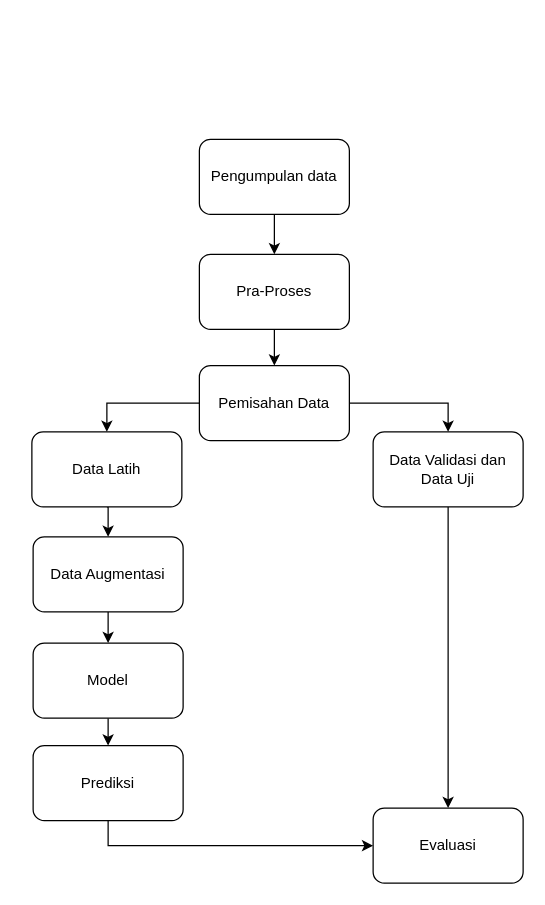
Above: Diagram Alur Penelitian.drawio in bataragabut/SCRIPTSWEET (draw.io), before the change. Source tidied: cells renumbered, new cells numbered last; positions are measured from the earlier drawing's top-left corner, leaving out a move shared by most shapes. Both pictures are drawn from the tidied source at 125%, with x=0, y=0 at pixel (31, 139).
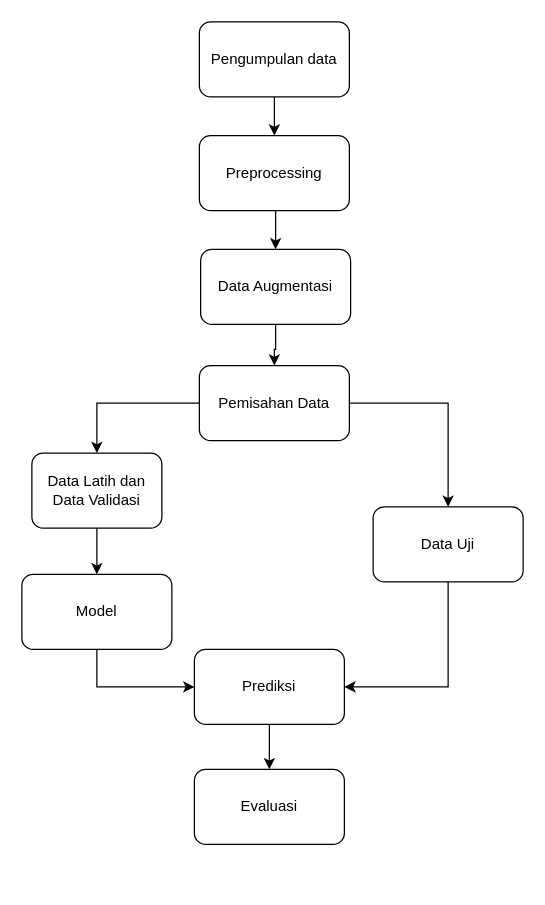
After the change.

The edit, as a diff of the source:
```diff
@@
 <mxGraphModel>
   <root>
     <mxCell id="0" />
     <mxCell id="1" parent="0" />
     <mxCell id="2" style="edgeStyle=orthogonalEdgeStyle;rounded=0;jettySize=auto;html=1;exitX=0.5;exitY=1;exitDx=0;exitDy=0;entryX=0.5;entryY=0;entryDx=0;entryDy=0;" parent="1" edge="1" source="3" target="5">
       <mxGeometry relative="1" as="geometry" />
     </mxCell>
     <mxCell id="3" value="Pengumpulan data" style="rounded=1;whiteSpace=wrap;html=1;" parent="1" vertex="1">
-      <mxGeometry x="134" width="120" height="60" as="geometry" />
+      <mxGeometry x="134" y="-94" width="120" height="60" as="geometry" />
     </mxCell>
-    <mxCell id="4" style="edgeStyle=orthogonalEdgeStyle;rounded=0;jettySize=auto;html=1;exitX=0.5;exitY=1;exitDx=0;exitDy=0;entryX=0.5;entryY=0;entryDx=0;entryDy=0;" parent="1" edge="1" source="5" target="8">
-      <mxGeometry relative="1" as="geometry" />
-    </mxCell>
+    <mxCell id="20" style="edgeStyle=orthogonalEdgeStyle;rounded=0;jettySize=auto;html=1;exitX=0.5;exitY=1;exitDx=0;exitDy=0;entryX=0.5;entryY=0;entryDx=0;entryDy=0;" parent="1" edge="1" source="5" target="15">
+      <mxGeometry relative="1" as="geometry" />
+    </mxCell>
-    <mxCell id="5" value="Pra-Proses" style="rounded=1;whiteSpace=wrap;html=1;" parent="1" vertex="1">
-      <mxGeometry x="134" y="92" width="120" height="60" as="geometry" />
+    <mxCell id="5" value="Preprocessing" style="rounded=1;whiteSpace=wrap;html=1;" parent="1" vertex="1">
+      <mxGeometry x="134" y="-3" width="120" height="60" as="geometry" />
     </mxCell>
     <mxCell id="6" style="edgeStyle=orthogonalEdgeStyle;rounded=0;jettySize=auto;html=1;exitX=1;exitY=0.5;exitDx=0;exitDy=0;entryX=0.5;entryY=0;entryDx=0;entryDy=0;" parent="1" edge="1" source="8" target="17">
       <mxGeometry relative="1" as="geometry" />
     </mxCell>
     <mxCell id="7" style="edgeStyle=orthogonalEdgeStyle;rounded=0;jettySize=auto;html=1;exitX=0;exitY=0.5;exitDx=0;exitDy=0;entryX=0.5;entryY=0;entryDx=0;entryDy=0;" parent="1" edge="1" source="8" target="10">
       <mxGeometry relative="1" as="geometry" />
     </mxCell>
     <mxCell id="8" value="Pemisahan Data" style="rounded=1;whiteSpace=wrap;html=1;" parent="1" vertex="1">
       <mxGeometry x="134" y="181" width="120" height="60" as="geometry" />
     </mxCell>
-    <mxCell id="9" style="edgeStyle=orthogonalEdgeStyle;rounded=0;jettySize=auto;html=1;exitX=0.5;exitY=1;exitDx=0;exitDy=0;entryX=0.5;entryY=0;entryDx=0;entryDy=0;" parent="1" edge="1" source="10" target="15">
-      <mxGeometry relative="1" as="geometry" />
-    </mxCell>
+    <mxCell id="21" style="edgeStyle=orthogonalEdgeStyle;rounded=0;jettySize=auto;html=1;exitX=0.5;exitY=1;exitDx=0;exitDy=0;" parent="1" edge="1" source="10" target="19">
+      <mxGeometry relative="1" as="geometry" />
+    </mxCell>
-    <mxCell id="10" value="Data Latih" style="rounded=1;whiteSpace=wrap;html=1;" parent="1" vertex="1">
-      <mxGeometry y="234" width="120" height="60" as="geometry" />
+    <mxCell id="10" value="Data Latih dan Data Validasi" style="rounded=1;whiteSpace=wrap;html=1;" parent="1" vertex="1">
+      <mxGeometry y="251" width="104" height="60" as="geometry" />
     </mxCell>
-    <mxCell id="11" style="edgeStyle=orthogonalEdgeStyle;rounded=0;jettySize=auto;html=1;exitX=0.5;exitY=1;exitDx=0;exitDy=0;entryX=0;entryY=0.5;entryDx=0;entryDy=0;" parent="1" edge="1" source="12" target="13">
+    <mxCell id="11" style="edgeStyle=orthogonalEdgeStyle;rounded=0;jettySize=auto;html=1;exitX=0.5;exitY=1;exitDx=0;exitDy=0;entryX=0.5;entryY=0;entryDx=0;entryDy=0;" parent="1" edge="1" source="12" target="13">
       <mxGeometry relative="1" as="geometry" />
     </mxCell>
     <mxCell id="12" value="Prediksi" style="rounded=1;whiteSpace=wrap;html=1;" parent="1" vertex="1">
-      <mxGeometry x="1" y="485" width="120" height="60" as="geometry" />
+      <mxGeometry x="130" y="408" width="120" height="60" as="geometry" />
     </mxCell>
     <mxCell id="13" value="Evaluasi" style="rounded=1;whiteSpace=wrap;html=1;" parent="1" vertex="1">
-      <mxGeometry x="273" y="535" width="120" height="60" as="geometry" />
+      <mxGeometry x="130" y="504" width="120" height="60" as="geometry" />
     </mxCell>
-    <mxCell id="14" style="edgeStyle=orthogonalEdgeStyle;rounded=0;jettySize=auto;html=1;exitX=0.5;exitY=1;exitDx=0;exitDy=0;entryX=0.5;entryY=0;entryDx=0;entryDy=0;" parent="1" edge="1" source="15" target="19">
-      <mxGeometry relative="1" as="geometry" />
-    </mxCell>
+    <mxCell id="22" style="edgeStyle=orthogonalEdgeStyle;rounded=0;jettySize=auto;html=1;exitX=0.5;exitY=1;exitDx=0;exitDy=0;" parent="1" edge="1" source="15" target="8">
+      <mxGeometry relative="1" as="geometry" />
+    </mxCell>
     <mxCell id="15" value="Data Augmentasi" style="rounded=1;whiteSpace=wrap;html=1;" parent="1" vertex="1">
-      <mxGeometry x="1" y="318" width="120" height="60" as="geometry" />
+      <mxGeometry x="135" y="88" width="120" height="60" as="geometry" />
     </mxCell>
-    <mxCell id="16" style="edgeStyle=orthogonalEdgeStyle;rounded=0;jettySize=auto;html=1;exitX=0.5;exitY=1;exitDx=0;exitDy=0;entryX=0.5;entryY=0;entryDx=0;entryDy=0;" parent="1" edge="1" source="17" target="13">
-      <mxGeometry relative="1" as="geometry" />
-    </mxCell>
+    <mxCell id="23" style="edgeStyle=orthogonalEdgeStyle;rounded=0;jettySize=auto;html=1;exitX=0.5;exitY=1;exitDx=0;exitDy=0;entryX=1;entryY=0.5;entryDx=0;entryDy=0;" parent="1" edge="1" source="17" target="12">
+      <mxGeometry relative="1" as="geometry" />
+    </mxCell>
-    <mxCell id="17" value="Data Validasi dan Data Uji" style="rounded=1;whiteSpace=wrap;html=1;" parent="1" vertex="1">
-      <mxGeometry x="273" y="234" width="120" height="60" as="geometry" />
+    <mxCell id="17" value="Data Uji" style="rounded=1;whiteSpace=wrap;html=1;" parent="1" vertex="1">
+      <mxGeometry x="273" y="294" width="120" height="60" as="geometry" />
     </mxCell>
-    <mxCell id="18" style="edgeStyle=orthogonalEdgeStyle;rounded=0;jettySize=auto;html=1;exitX=0.5;exitY=1;exitDx=0;exitDy=0;entryX=0.5;entryY=0;entryDx=0;entryDy=0;" parent="1" edge="1" source="19" target="12">
+    <mxCell id="18" style="edgeStyle=orthogonalEdgeStyle;rounded=0;jettySize=auto;html=1;exitX=0.5;exitY=1;exitDx=0;exitDy=0;entryX=0;entryY=0.5;entryDx=0;entryDy=0;" parent="1" edge="1" source="19" target="12">
       <mxGeometry relative="1" as="geometry" />
     </mxCell>
     <mxCell id="19" value="Model" style="rounded=1;whiteSpace=wrap;html=1;" parent="1" vertex="1">
-      <mxGeometry x="1" y="403" width="120" height="60" as="geometry" />
+      <mxGeometry x="-8" y="348" width="120" height="60" as="geometry" />
     </mxCell>
   </root>
 </mxGraphModel>
```
